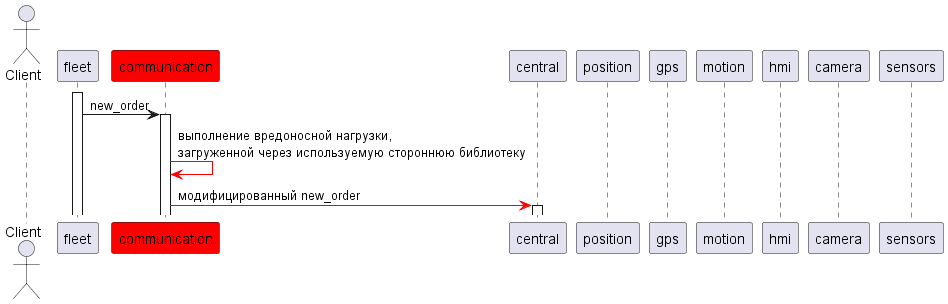
Earlier version of the PlantUML export pics/sd_4.png (Fishonground/Delivery).
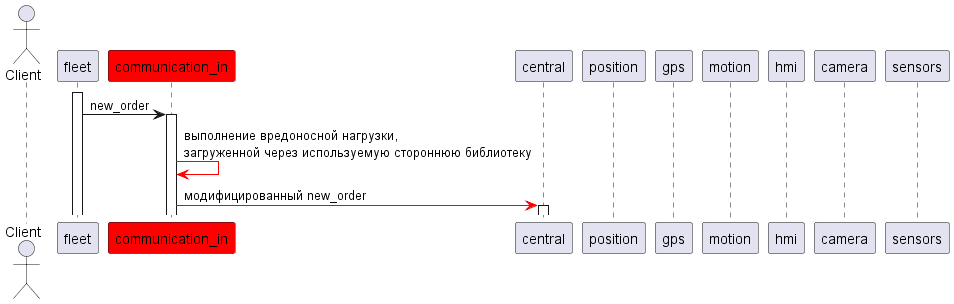
The same file after the commit.

The edit, as a diff of the source:
```diff
@@ -1,7 +1,7 @@
 @startuml
 actor "Client" as c
 participant fleet
-participant communication #red
+participant communication_in #red
 participant central
 participant position
 participant gps
@@ -12,7 +12,7 @@
 
 
 fleet++
-fleet -> communication++: new_order
-communication -[#red]> communication : выполнение вредоносной нагрузки, \nзагруженной через используемую стороннюю библиотеку
-communication -[#red]> central++: модифицированный new_order
+fleet -> communication_in++: new_order
+communication_in -[#red]> communication_in : выполнение вредоносной нагрузки, \nзагруженной через используемую стороннюю библиотеку
+communication_in -[#red]> central++: модифицированный new_order
 @enduml
```
